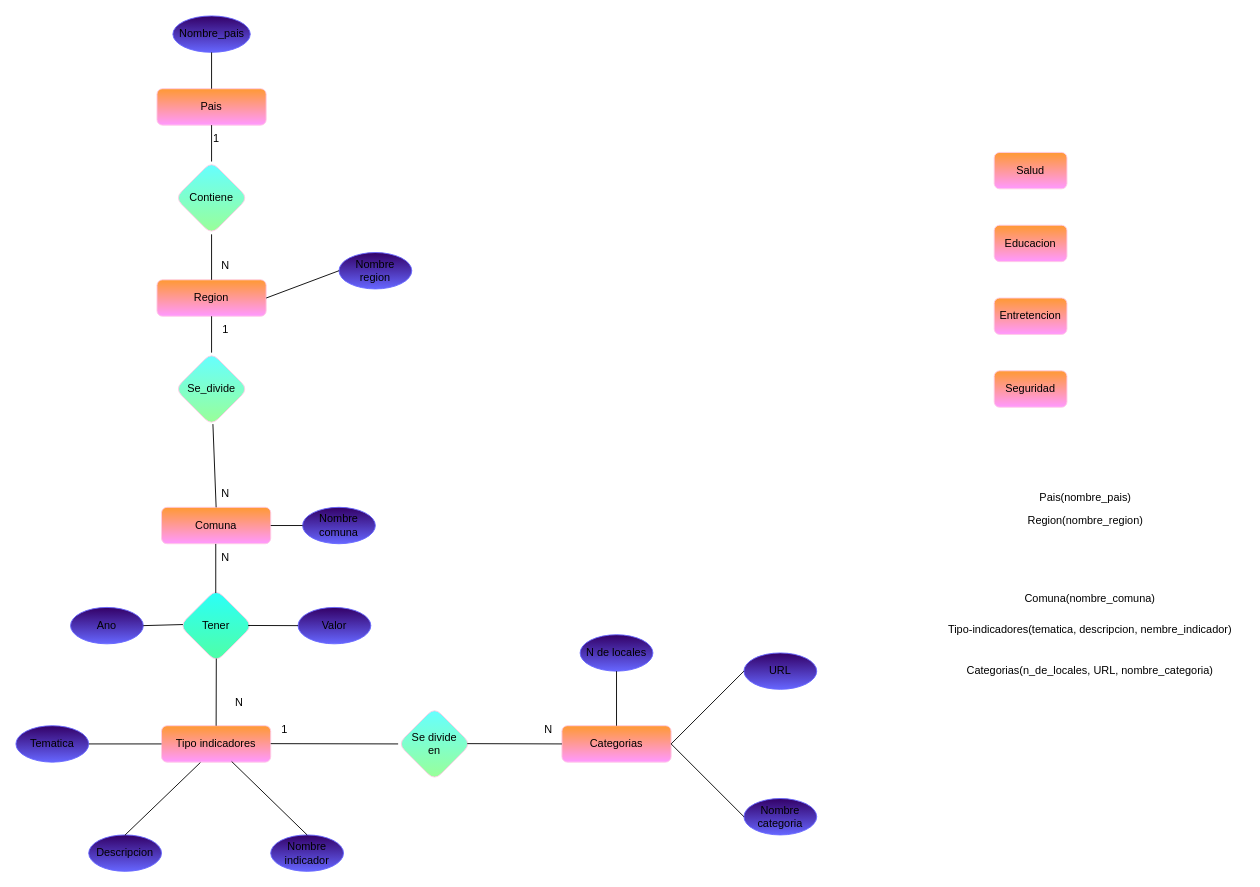
Paskiben/INFO133-equipo12 keeps this draw.io diagram as Parte-B/documents/Modelorelacional.drawio. Above is the earlier version. Source tidied: cells renumbered, new cells numbered last; positions are measured from the earlier drawing's top-left corner, leaving out a move shared by most shapes. Both pictures are drawn from the tidied source at 91%, with x=0, y=0 at pixel (15, 15).
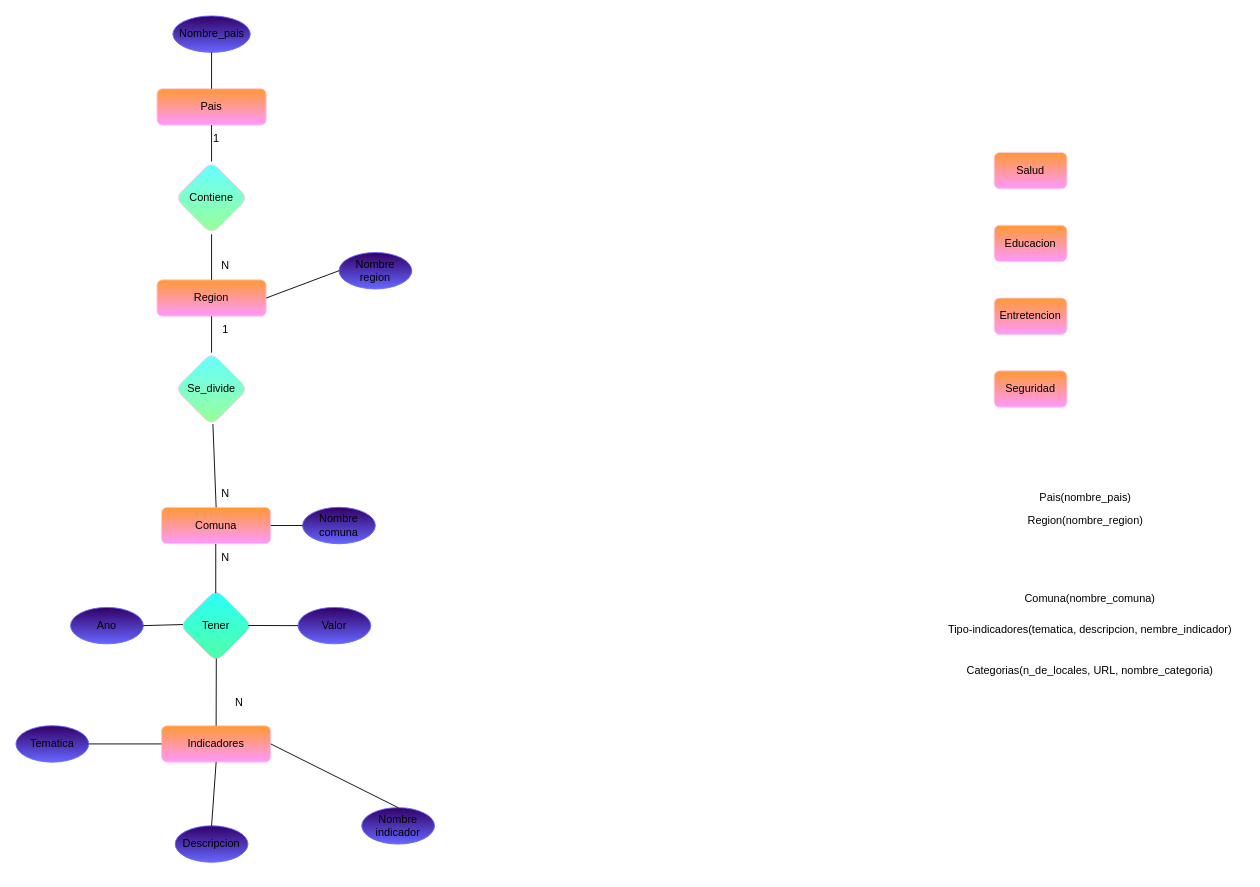
The same diagram, later.

What changed in the source:
```diff
@@
-    <mxCell id="15" value="Tipo indicadores" style="rounded=1;whiteSpace=wrap;html=1;fillColor=#FF99FF;strokeColor=#FFCCE6;fontColor=#000000;gradientColor=#FF9933;gradientDirection=north;glass=0;shadow=0;" parent="1" vertex="1">
+    <mxCell id="15" value="Indicadores" style="rounded=1;whiteSpace=wrap;html=1;fillColor=#FF99FF;strokeColor=#FFCCE6;fontColor=#000000;gradientColor=#FF9933;gradientDirection=north;glass=0;shadow=0;" parent="1" vertex="1">
       <mxGeometry x="160" y="780" width="120" height="40" as="geometry" />
     </mxCell>
     <mxCell id="16" value="Nombre indicador" style="ellipse;whiteSpace=wrap;html=1;fillColor=#330066;gradientColor=#6666FF;strokeColor=#6666FF;gradientDirection=south;" parent="1" vertex="1">
-      <mxGeometry x="280" y="900" width="80" height="40" as="geometry" />
+      <mxGeometry x="380" y="870" width="80" height="40" as="geometry" />
     </mxCell>
     <mxCell id="17" value="Descripcion" style="ellipse;whiteSpace=wrap;html=1;fillColor=#330066;gradientColor=#6666FF;strokeColor=#6666FF;gradientDirection=south;" parent="1" vertex="1">
-      <mxGeometry x="80" y="900" width="80" height="40" as="geometry" />
+      <mxGeometry x="175" y="890" width="80" height="40" as="geometry" />
     </mxCell>
-    <mxCell id="18" style="endArrow=none;html=1;fontFamily=Helvetica;fontSize=12;fontColor=#000000;entryX=0.5;entryY=0;entryDx=0;entryDy=0;exitX=0.642;exitY=0.982;exitDx=0;exitDy=0;exitPerimeter=0;" parent="1" edge="1" source="15" target="16">
+    <mxCell id="18" style="endArrow=none;html=1;fontFamily=Helvetica;fontSize=12;fontColor=#000000;entryX=0.5;entryY=0;entryDx=0;entryDy=0;exitX=1;exitY=0.5;exitDx=0;exitDy=0;" parent="1" edge="1" source="15" target="16">
       <mxGeometry relative="1" as="geometry" />
     </mxCell>
-    <mxCell id="19" style="endArrow=none;html=1;fontFamily=Helvetica;fontSize=12;fontColor=#000000;entryX=0.356;entryY=1.011;entryDx=0;entryDy=0;exitX=0.5;exitY=0;exitDx=0;exitDy=0;entryPerimeter=0;" parent="1" edge="1" source="17" target="15">
+    <mxCell id="19" style="endArrow=none;html=1;fontFamily=Helvetica;fontSize=12;fontColor=#000000;entryX=0.5;entryY=1;entryDx=0;entryDy=0;exitX=0.5;exitY=0;exitDx=0;exitDy=0;" parent="1" edge="1" source="17" target="15">
       <mxGeometry relative="1" as="geometry" />
     </mxCell>
@@
-    <mxCell id="37" value="Categorias" style="rounded=1;whiteSpace=wrap;html=1;fillColor=#FF99FF;strokeColor=#FFCCE6;fontColor=#000000;gradientColor=#FF9933;gradientDirection=north;glass=0;shadow=0;" parent="1" vertex="1">
-      <mxGeometry x="600" y="780" width="120" height="40" as="geometry" />
-    </mxCell>
@@
-    <mxCell id="39" value="URL" style="ellipse;whiteSpace=wrap;html=1;fillColor=#330066;gradientColor=#6666FF;strokeColor=#6666FF;gradientDirection=south;" parent="1" vertex="1">
-      <mxGeometry x="800" y="700" width="80" height="40" as="geometry" />
-    </mxCell>
-    <mxCell id="40" value="Nombre&lt;br&gt;categoria" style="ellipse;whiteSpace=wrap;html=1;fillColor=#330066;gradientColor=#6666FF;strokeColor=#6666FF;gradientDirection=south;" parent="1" vertex="1">
-      <mxGeometry x="800" y="860" width="80" height="40" as="geometry" />
-    </mxCell>
-    <mxCell id="41" style="endArrow=none;html=1;fontFamily=Helvetica;fontSize=12;fontColor=#000000;entryX=0;entryY=0.5;entryDx=0;entryDy=0;exitX=1;exitY=0.5;exitDx=0;exitDy=0;" parent="1" edge="1" source="37" target="39">
-      <mxGeometry relative="1" as="geometry" />
-    </mxCell>
-    <mxCell id="42" style="endArrow=none;html=1;fontFamily=Helvetica;fontSize=12;fontColor=#000000;entryX=0;entryY=0.5;entryDx=0;entryDy=0;exitX=1;exitY=0.5;exitDx=0;exitDy=0;" parent="1" edge="1" source="37" target="40">
-      <mxGeometry relative="1" as="geometry" />
-    </mxCell>
-    <mxCell id="43" value="Se divide&lt;br&gt;en" style="rhombus;whiteSpace=wrap;html=1;rounded=1;shadow=0;glass=0;strokeColor=#FFCCE6;fontFamily=Helvetica;fontSize=12;fontColor=#000000;fillColor=#99FF99;gradientColor=#66FFFF;gradientDirection=north;" parent="1" vertex="1">
-      <mxGeometry x="420" y="760" width="80" height="80" as="geometry" />
-    </mxCell>
-    <mxCell id="44" style="endArrow=none;html=1;fontFamily=Helvetica;fontSize=12;fontColor=#000000;entryX=0;entryY=0.5;entryDx=0;entryDy=0;exitX=0.95;exitY=0.496;exitDx=0;exitDy=0;exitPerimeter=0;" parent="1" edge="1" source="43" target="37">
-      <mxGeometry relative="1" as="geometry" />
-    </mxCell>
-    <mxCell id="45" style="endArrow=none;html=1;fontFamily=Helvetica;fontSize=12;fontColor=#000000;entryX=0;entryY=0.5;entryDx=0;entryDy=0;" parent="1" edge="1" target="43">
-      <mxGeometry relative="1" as="geometry">
-        <mxPoint x="280" y="799.7" as="sourcePoint" />
-      </mxGeometry>
-    </mxCell>
@@
-    <mxCell id="49" value="N" style="text;html=1;align=center;verticalAlign=middle;strokeColor=none;fillColor=none;" parent="1" vertex="1">
-      <mxGeometry x="570" y="770" width="30" height="30" as="geometry" />
-    </mxCell>
-    <mxCell id="50" value="1" style="text;html=1;align=center;verticalAlign=middle;strokeColor=none;fillColor=none;" parent="1" vertex="1">
-      <mxGeometry x="280" y="770" width="30" height="30" as="geometry" />
-    </mxCell>
-    <mxCell id="51" value="N de locales" style="ellipse;whiteSpace=wrap;html=1;fillColor=#330066;gradientColor=#6666FF;strokeColor=#6666FF;gradientDirection=south;" parent="1" vertex="1">
-      <mxGeometry x="620" y="680" width="80" height="40" as="geometry" />
-    </mxCell>
-    <mxCell id="52" style="endArrow=none;html=1;entryX=0.5;entryY=1;entryDx=0;entryDy=0;exitX=0.5;exitY=0;exitDx=0;exitDy=0;" parent="1" edge="1" source="37" target="51">
-      <mxGeometry relative="1" as="geometry" />
-    </mxCell>
```
